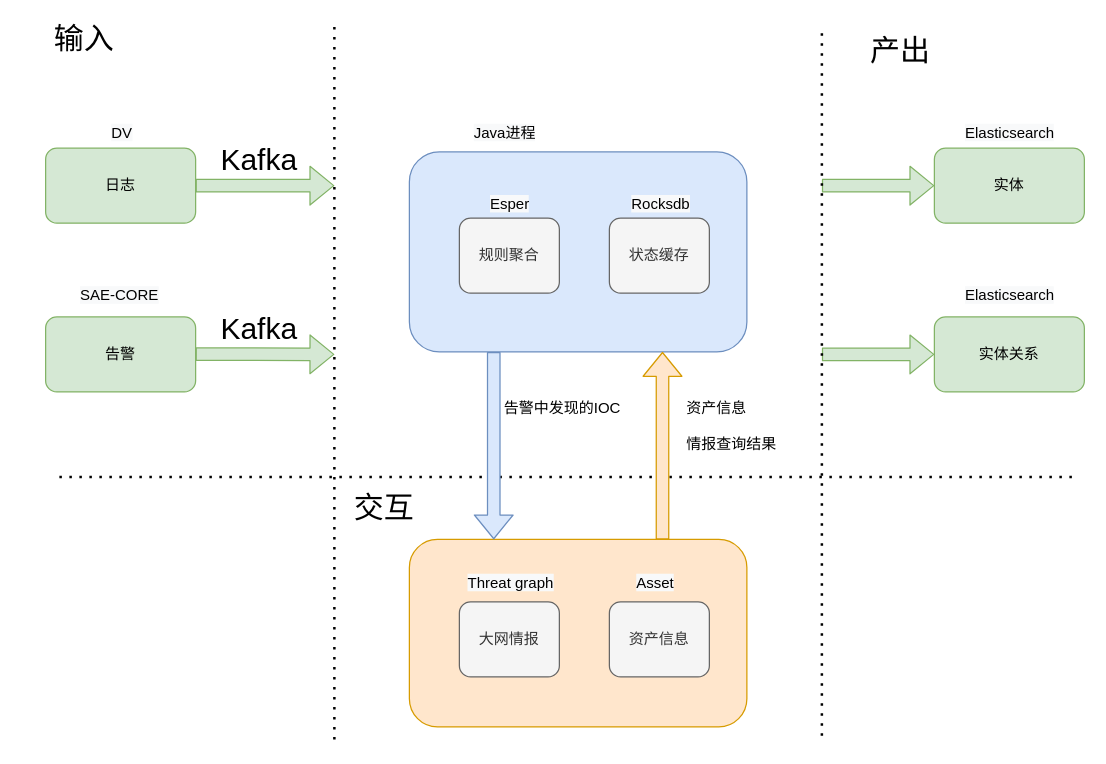
Earlier version of the draw.io diagram artifact-arch.drawio (popvlovs/popvlovs-repository). Source tidied: cells renumbered, new cells numbered last; positions are measured from the earlier drawing's top-left corner, leaving out a move shared by most shapes. Both pictures are drawn from the tidied source at 125%, with x=0, y=0 at pixel (21, 26).
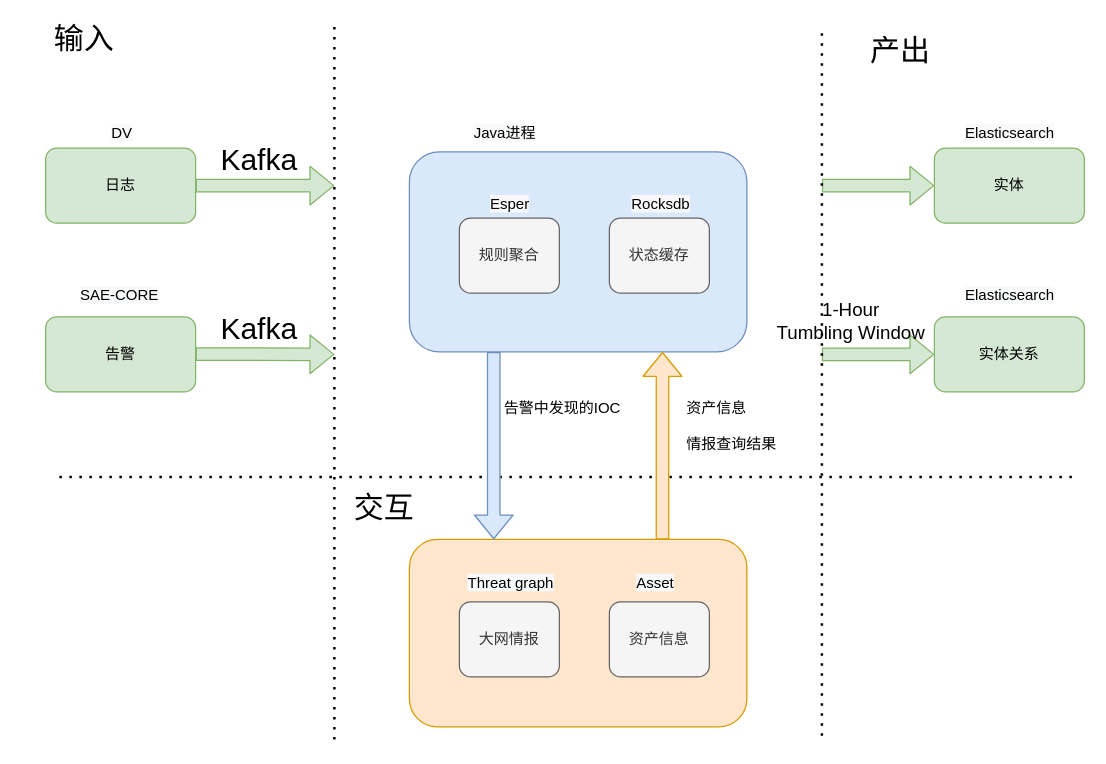
Above is the later version.

Diff of the diagram source:
```diff
@@
+    <mxCell id="37" value="1-Hour&lt;br style=&quot;font-size: 15px&quot;&gt;Tumbling Window" style="text;html=1;strokeColor=none;fillColor=none;align=center;verticalAlign=middle;whiteSpace=wrap;rounded=0;fontSize=15;" parent="1" vertex="1">
+      <mxGeometry x="590" y="225" width="147" height="20" as="geometry" />
+    </mxCell>
```
